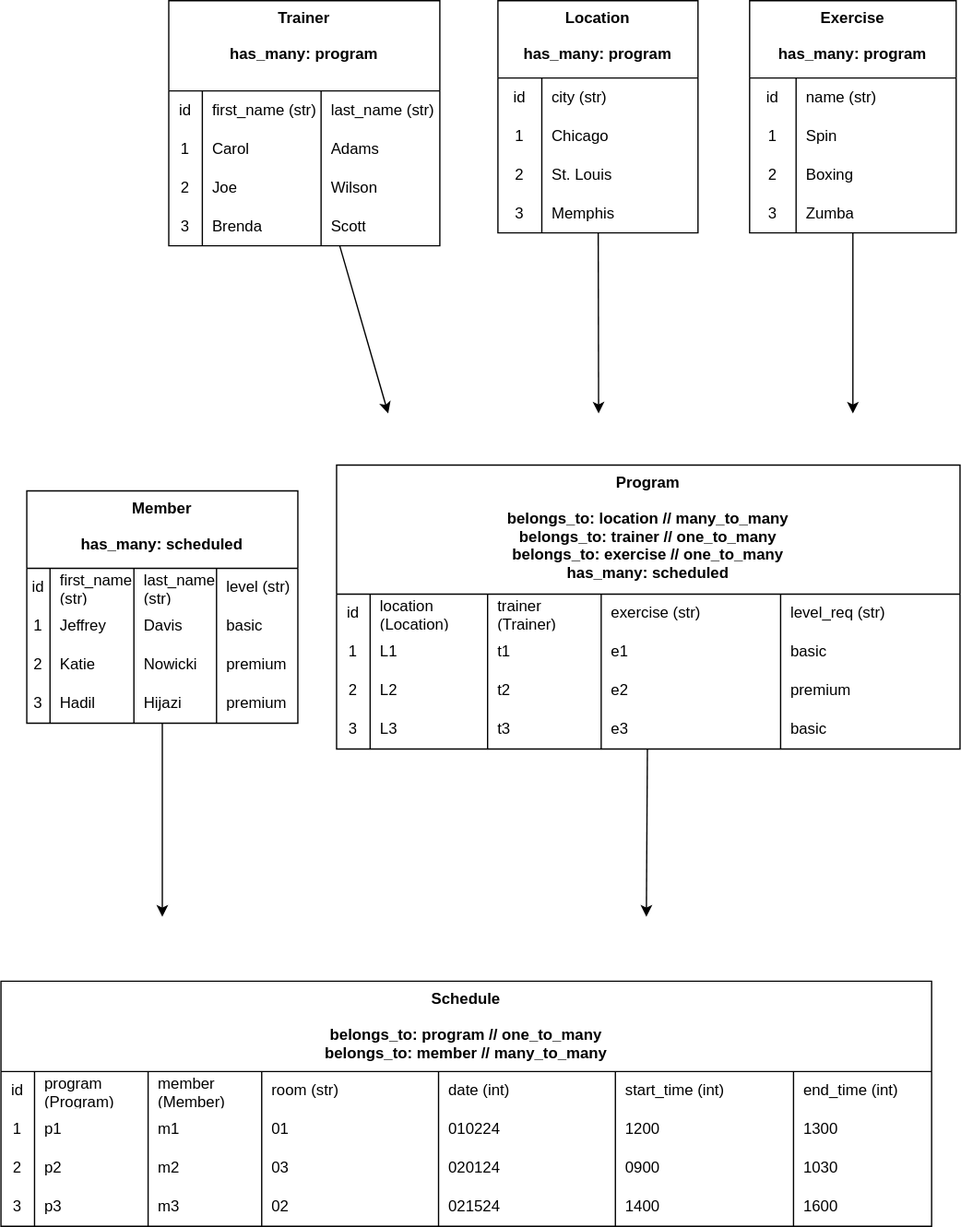
learn-co-curriculum/python-p3-v2-final-project-template keeps this draw.io diagram as .drawio.svg. Above is the earlier version. Source tidied: cells renumbered, new cells last; positions are measured from the earlier drawing's top-left corner, leaving out a move shared by most shapes.
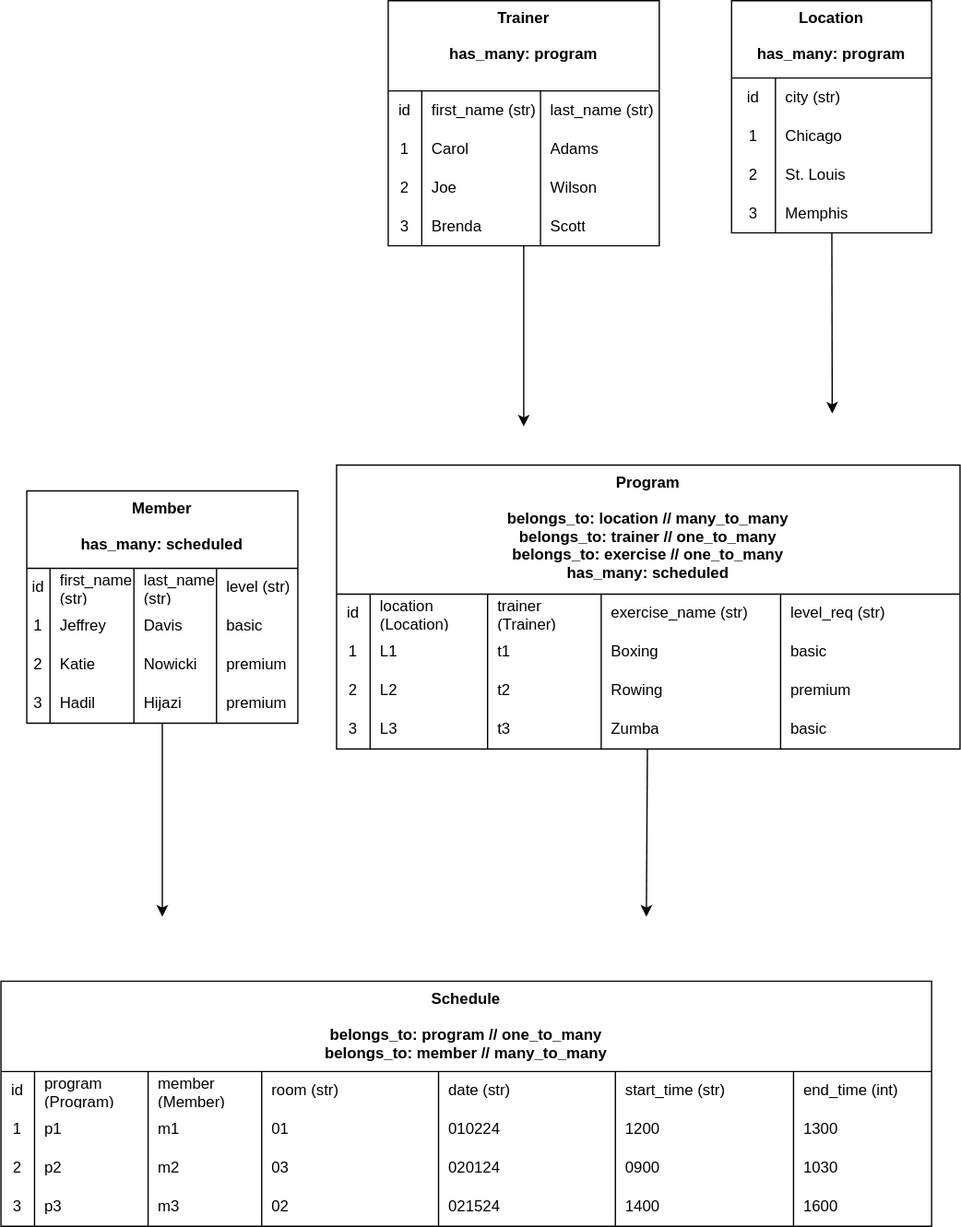
Above is the later version.

Change to the diagram source:
```diff
@@ -4,11 +4,11 @@
     <mxCell id="1" parent="0" />
     <mxCell id="2" style="edgeStyle=none;html=1;" parent="1" edge="1" source="3">
       <mxGeometry relative="1" as="geometry">
-        <mxPoint x="300" y="320" as="targetPoint" />
+        <mxPoint x="405" y="330" as="targetPoint" />
       </mxGeometry>
     </mxCell>
     <mxCell id="3" value="Trainer&#10;&#10;has_many: program" style="shape=table;startSize=70;rowLines=0;fontStyle=1;verticalAlign=top;" parent="1" vertex="1">
-      <mxGeometry x="130" width="210" height="190" as="geometry" />
+      <mxGeometry x="300" width="210" height="190" as="geometry" />
     </mxCell>
     <mxCell id="4" style="shape=tableRow;horizontal=0;startSize=0;swimlaneHead=0;swimlaneBody=0;top=0;left=0;bottom=0;right=0;fillColor=none;" parent="3" vertex="1">
       <mxGeometry y="70" width="210" height="30" as="geometry" />
@@ -78,7 +78,7 @@
     <mxCell id="25" value="trainer (Trainer)" style="shape=partialRectangle;html=1;whiteSpace=wrap;fillColor=none;top=0;left=0;bottom=0;right=0;align=left;spacingLeft=6;overflow=hidden;" parent="22" vertex="1">
       <mxGeometry x="117" width="88" height="30" as="geometry" />
     </mxCell>
-    <mxCell id="26" value="exercise (str)" style="shape=partialRectangle;html=1;whiteSpace=wrap;fillColor=none;top=0;left=0;bottom=0;right=0;align=left;spacingLeft=6;overflow=hidden;" parent="22" vertex="1">
+    <mxCell id="26" value="exercise_name (str)" style="shape=partialRectangle;html=1;whiteSpace=wrap;fillColor=none;top=0;left=0;bottom=0;right=0;align=left;spacingLeft=6;overflow=hidden;" parent="22" vertex="1">
       <mxGeometry x="205" width="139" height="30" as="geometry" />
     </mxCell>
     <mxCell id="27" value="level_req (str)" style="shape=partialRectangle;html=1;whiteSpace=wrap;fillColor=none;top=0;left=0;bottom=0;right=0;align=left;spacingLeft=6;overflow=hidden;" parent="22" vertex="1">
@@ -96,7 +96,7 @@
     <mxCell id="31" value="t1" style="shape=partialRectangle;html=1;whiteSpace=wrap;fillColor=none;top=0;left=0;bottom=0;right=0;align=left;spacingLeft=6;overflow=hidden;" parent="28" vertex="1">
       <mxGeometry x="117" width="88" height="30" as="geometry" />
     </mxCell>
-    <mxCell id="32" value="e1" style="shape=partialRectangle;html=1;whiteSpace=wrap;fillColor=none;top=0;left=0;bottom=0;right=0;align=left;spacingLeft=6;overflow=hidden;" parent="28" vertex="1">
+    <mxCell id="32" value="Boxing" style="shape=partialRectangle;html=1;whiteSpace=wrap;fillColor=none;top=0;left=0;bottom=0;right=0;align=left;spacingLeft=6;overflow=hidden;" parent="28" vertex="1">
       <mxGeometry x="205" width="139" height="30" as="geometry" />
     </mxCell>
     <mxCell id="33" value="basic" style="shape=partialRectangle;html=1;whiteSpace=wrap;fillColor=none;top=0;left=0;bottom=0;right=0;align=left;spacingLeft=6;overflow=hidden;" parent="28" vertex="1">
@@ -114,7 +114,7 @@
     <mxCell id="37" value="t2" style="shape=partialRectangle;html=1;whiteSpace=wrap;fillColor=none;top=0;left=0;bottom=0;right=0;align=left;spacingLeft=6;overflow=hidden;" parent="34" vertex="1">
       <mxGeometry x="117" width="88" height="30" as="geometry" />
     </mxCell>
-    <mxCell id="38" value="e2" style="shape=partialRectangle;html=1;whiteSpace=wrap;fillColor=none;top=0;left=0;bottom=0;right=0;align=left;spacingLeft=6;overflow=hidden;" parent="34" vertex="1">
+    <mxCell id="38" value="Rowing" style="shape=partialRectangle;html=1;whiteSpace=wrap;fillColor=none;top=0;left=0;bottom=0;right=0;align=left;spacingLeft=6;overflow=hidden;" parent="34" vertex="1">
       <mxGeometry x="205" width="139" height="30" as="geometry" />
     </mxCell>
     <mxCell id="39" value="premium" style="shape=partialRectangle;html=1;whiteSpace=wrap;fillColor=none;top=0;left=0;bottom=0;right=0;align=left;spacingLeft=6;overflow=hidden;" parent="34" vertex="1">
@@ -132,7 +132,7 @@
     <mxCell id="43" value="t3" style="shape=partialRectangle;html=1;whiteSpace=wrap;fillColor=none;top=0;left=0;bottom=0;right=0;align=left;spacingLeft=6;overflow=hidden;" parent="40" vertex="1">
       <mxGeometry x="117" width="88" height="30" as="geometry" />
     </mxCell>
-    <mxCell id="44" value="e3" style="shape=partialRectangle;html=1;whiteSpace=wrap;fillColor=none;top=0;left=0;bottom=0;right=0;align=left;spacingLeft=6;overflow=hidden;" parent="40" vertex="1">
+    <mxCell id="44" value="Zumba" style="shape=partialRectangle;html=1;whiteSpace=wrap;fillColor=none;top=0;left=0;bottom=0;right=0;align=left;spacingLeft=6;overflow=hidden;" parent="40" vertex="1">
       <mxGeometry x="205" width="139" height="30" as="geometry" />
     </mxCell>
     <mxCell id="45" value="basic" style="shape=partialRectangle;html=1;whiteSpace=wrap;fillColor=none;top=0;left=0;bottom=0;right=0;align=left;spacingLeft=6;overflow=hidden;" parent="40" vertex="1">
@@ -208,11 +208,11 @@
     </mxCell>
     <mxCell id="68" style="edgeStyle=none;html=1;" parent="1" edge="1" source="69">
       <mxGeometry relative="1" as="geometry">
-        <mxPoint x="463" y="320" as="targetPoint" />
+        <mxPoint x="644" y="320" as="targetPoint" />
       </mxGeometry>
     </mxCell>
     <mxCell id="69" value="Location&#10;&#10;has_many: program" style="shape=table;startSize=60;rowLines=0;fontStyle=1;verticalAlign=top;" parent="1" vertex="1">
-      <mxGeometry x="385" width="155" height="180" as="geometry" />
+      <mxGeometry x="566" width="155" height="180" as="geometry" />
     </mxCell>
     <mxCell id="70" style="shape=tableRow;horizontal=0;startSize=0;swimlaneHead=0;swimlaneBody=0;top=0;left=0;bottom=0;right=0;fillColor=none;" parent="69" vertex="1">
       <mxGeometry y="60" width="155" height="30" as="geometry" />
@@ -250,50 +250,6 @@
     <mxCell id="81" value="Memphis" style="shape=partialRectangle;html=1;whiteSpace=wrap;fillColor=none;top=0;left=0;bottom=0;right=0;align=left;spacingLeft=6;overflow=hidden;" parent="79" vertex="1">
       <mxGeometry x="34" width="121" height="30" as="geometry" />
     </mxCell>
-    <mxCell id="82" style="edgeStyle=none;html=1;" parent="1" edge="1" source="83">
-      <mxGeometry relative="1" as="geometry">
-        <mxPoint x="660" y="320" as="targetPoint" />
-      </mxGeometry>
-    </mxCell>
-    <mxCell id="83" value="Exercise&#10;&#10;has_many: program" style="shape=table;startSize=60;rowLines=0;fontStyle=1;verticalAlign=top;" parent="1" vertex="1">
-      <mxGeometry x="580" width="160" height="180" as="geometry" />
-    </mxCell>
-    <mxCell id="84" style="shape=tableRow;horizontal=0;startSize=0;swimlaneHead=0;swimlaneBody=0;top=0;left=0;bottom=0;right=0;fillColor=none;" parent="83" vertex="1">
-      <mxGeometry y="60" width="160" height="30" as="geometry" />
-    </mxCell>
-    <mxCell id="85" value="id" style="shape=partialRectangle;html=1;whiteSpace=wrap;fillColor=none;top=0;left=0;bottom=0;right=0;overflow=hidden;" parent="84" vertex="1">
-      <mxGeometry width="36" height="30" as="geometry" />
-    </mxCell>
-    <mxCell id="86" value="name (str)" style="shape=partialRectangle;html=1;whiteSpace=wrap;fillColor=none;top=0;left=0;bottom=0;right=0;align=left;spacingLeft=6;overflow=hidden;" parent="84" vertex="1">
-      <mxGeometry x="36" width="124" height="30" as="geometry" />
-    </mxCell>
-    <mxCell id="87" style="shape=tableRow;horizontal=0;startSize=0;swimlaneHead=0;swimlaneBody=0;top=0;left=0;bottom=0;right=0;fillColor=none;" parent="83" vertex="1">
-      <mxGeometry y="90" width="160" height="30" as="geometry" />
-    </mxCell>
-    <mxCell id="88" value="1" style="shape=partialRectangle;html=1;whiteSpace=wrap;fillColor=none;top=0;left=0;bottom=0;right=0;overflow=hidden;" parent="87" vertex="1">
-      <mxGeometry width="36" height="30" as="geometry" />
-    </mxCell>
-    <mxCell id="89" value="Spin" style="shape=partialRectangle;html=1;whiteSpace=wrap;fillColor=none;top=0;left=0;bottom=0;right=0;align=left;spacingLeft=6;overflow=hidden;" parent="87" vertex="1">
-      <mxGeometry x="36" width="124" height="30" as="geometry" />
-    </mxCell>
-    <mxCell id="90" style="shape=tableRow;horizontal=0;startSize=0;swimlaneHead=0;swimlaneBody=0;top=0;left=0;bottom=0;right=0;fillColor=none;" parent="83" vertex="1">
-      <mxGeometry y="120" width="160" height="30" as="geometry" />
-    </mxCell>
-    <mxCell id="91" value="2" style="shape=partialRectangle;html=1;whiteSpace=wrap;fillColor=none;top=0;left=0;bottom=0;right=0;overflow=hidden;" parent="90" vertex="1">
-      <mxGeometry width="36" height="30" as="geometry" />
-    </mxCell>
-    <mxCell id="92" value="Boxing" style="shape=partialRectangle;html=1;whiteSpace=wrap;fillColor=none;top=0;left=0;bottom=0;right=0;align=left;spacingLeft=6;overflow=hidden;" parent="90" vertex="1">
-      <mxGeometry x="36" width="124" height="30" as="geometry" />
-    </mxCell>
-    <mxCell id="93" style="shape=tableRow;horizontal=0;startSize=0;swimlaneHead=0;swimlaneBody=0;top=0;left=0;bottom=0;right=0;fillColor=none;" parent="83" vertex="1">
-      <mxGeometry y="150" width="160" height="30" as="geometry" />
-    </mxCell>
-    <mxCell id="94" value="3" style="shape=partialRectangle;html=1;whiteSpace=wrap;fillColor=none;top=0;left=0;bottom=0;right=0;overflow=hidden;" parent="93" vertex="1">
-      <mxGeometry width="36" height="30" as="geometry" />
-    </mxCell>
-    <mxCell id="95" value="Zumba" style="shape=partialRectangle;html=1;whiteSpace=wrap;fillColor=none;top=0;left=0;bottom=0;right=0;align=left;spacingLeft=6;overflow=hidden;" parent="93" vertex="1">
-      <mxGeometry x="36" width="124" height="30" as="geometry" />
-    </mxCell>
     <mxCell id="96" value="Schedule&#10;&#10;belongs_to: program // one_to_many&#10;belongs_to: member // many_to_many" style="shape=table;startSize=70;rowLines=0;fontStyle=1;verticalAlign=top;" parent="1" vertex="1">
       <mxGeometry y="760" width="721" height="190" as="geometry" />
     </mxCell>
@@ -312,10 +268,10 @@
     <mxCell id="101" value="room (str)" style="shape=partialRectangle;html=1;whiteSpace=wrap;fillColor=none;top=0;left=0;bottom=0;right=0;align=left;spacingLeft=6;overflow=hidden;" parent="97" vertex="1">
       <mxGeometry x="202" width="137" height="30" as="geometry" />
     </mxCell>
-    <mxCell id="102" value="date (int)" style="shape=partialRectangle;html=1;whiteSpace=wrap;fillColor=none;top=0;left=0;bottom=0;right=0;align=left;spacingLeft=6;overflow=hidden;" parent="97" vertex="1">
+    <mxCell id="102" value="date (str)" style="shape=partialRectangle;html=1;whiteSpace=wrap;fillColor=none;top=0;left=0;bottom=0;right=0;align=left;spacingLeft=6;overflow=hidden;" parent="97" vertex="1">
       <mxGeometry x="339" width="137" height="30" as="geometry" />
     </mxCell>
-    <mxCell id="103" value="start_time (int)" style="shape=partialRectangle;html=1;whiteSpace=wrap;fillColor=none;top=0;left=0;bottom=0;right=0;align=left;spacingLeft=6;overflow=hidden;" parent="97" vertex="1">
+    <mxCell id="103" value="start_time (str)" style="shape=partialRectangle;html=1;whiteSpace=wrap;fillColor=none;top=0;left=0;bottom=0;right=0;align=left;spacingLeft=6;overflow=hidden;" parent="97" vertex="1">
       <mxGeometry x="476" width="138" height="30" as="geometry" />
     </mxCell>
     <mxCell id="104" value="end_time (int)" style="shape=partialRectangle;html=1;whiteSpace=wrap;fillColor=none;top=0;left=0;bottom=0;right=0;align=left;spacingLeft=6;overflow=hidden;" parent="97" vertex="1">
```
